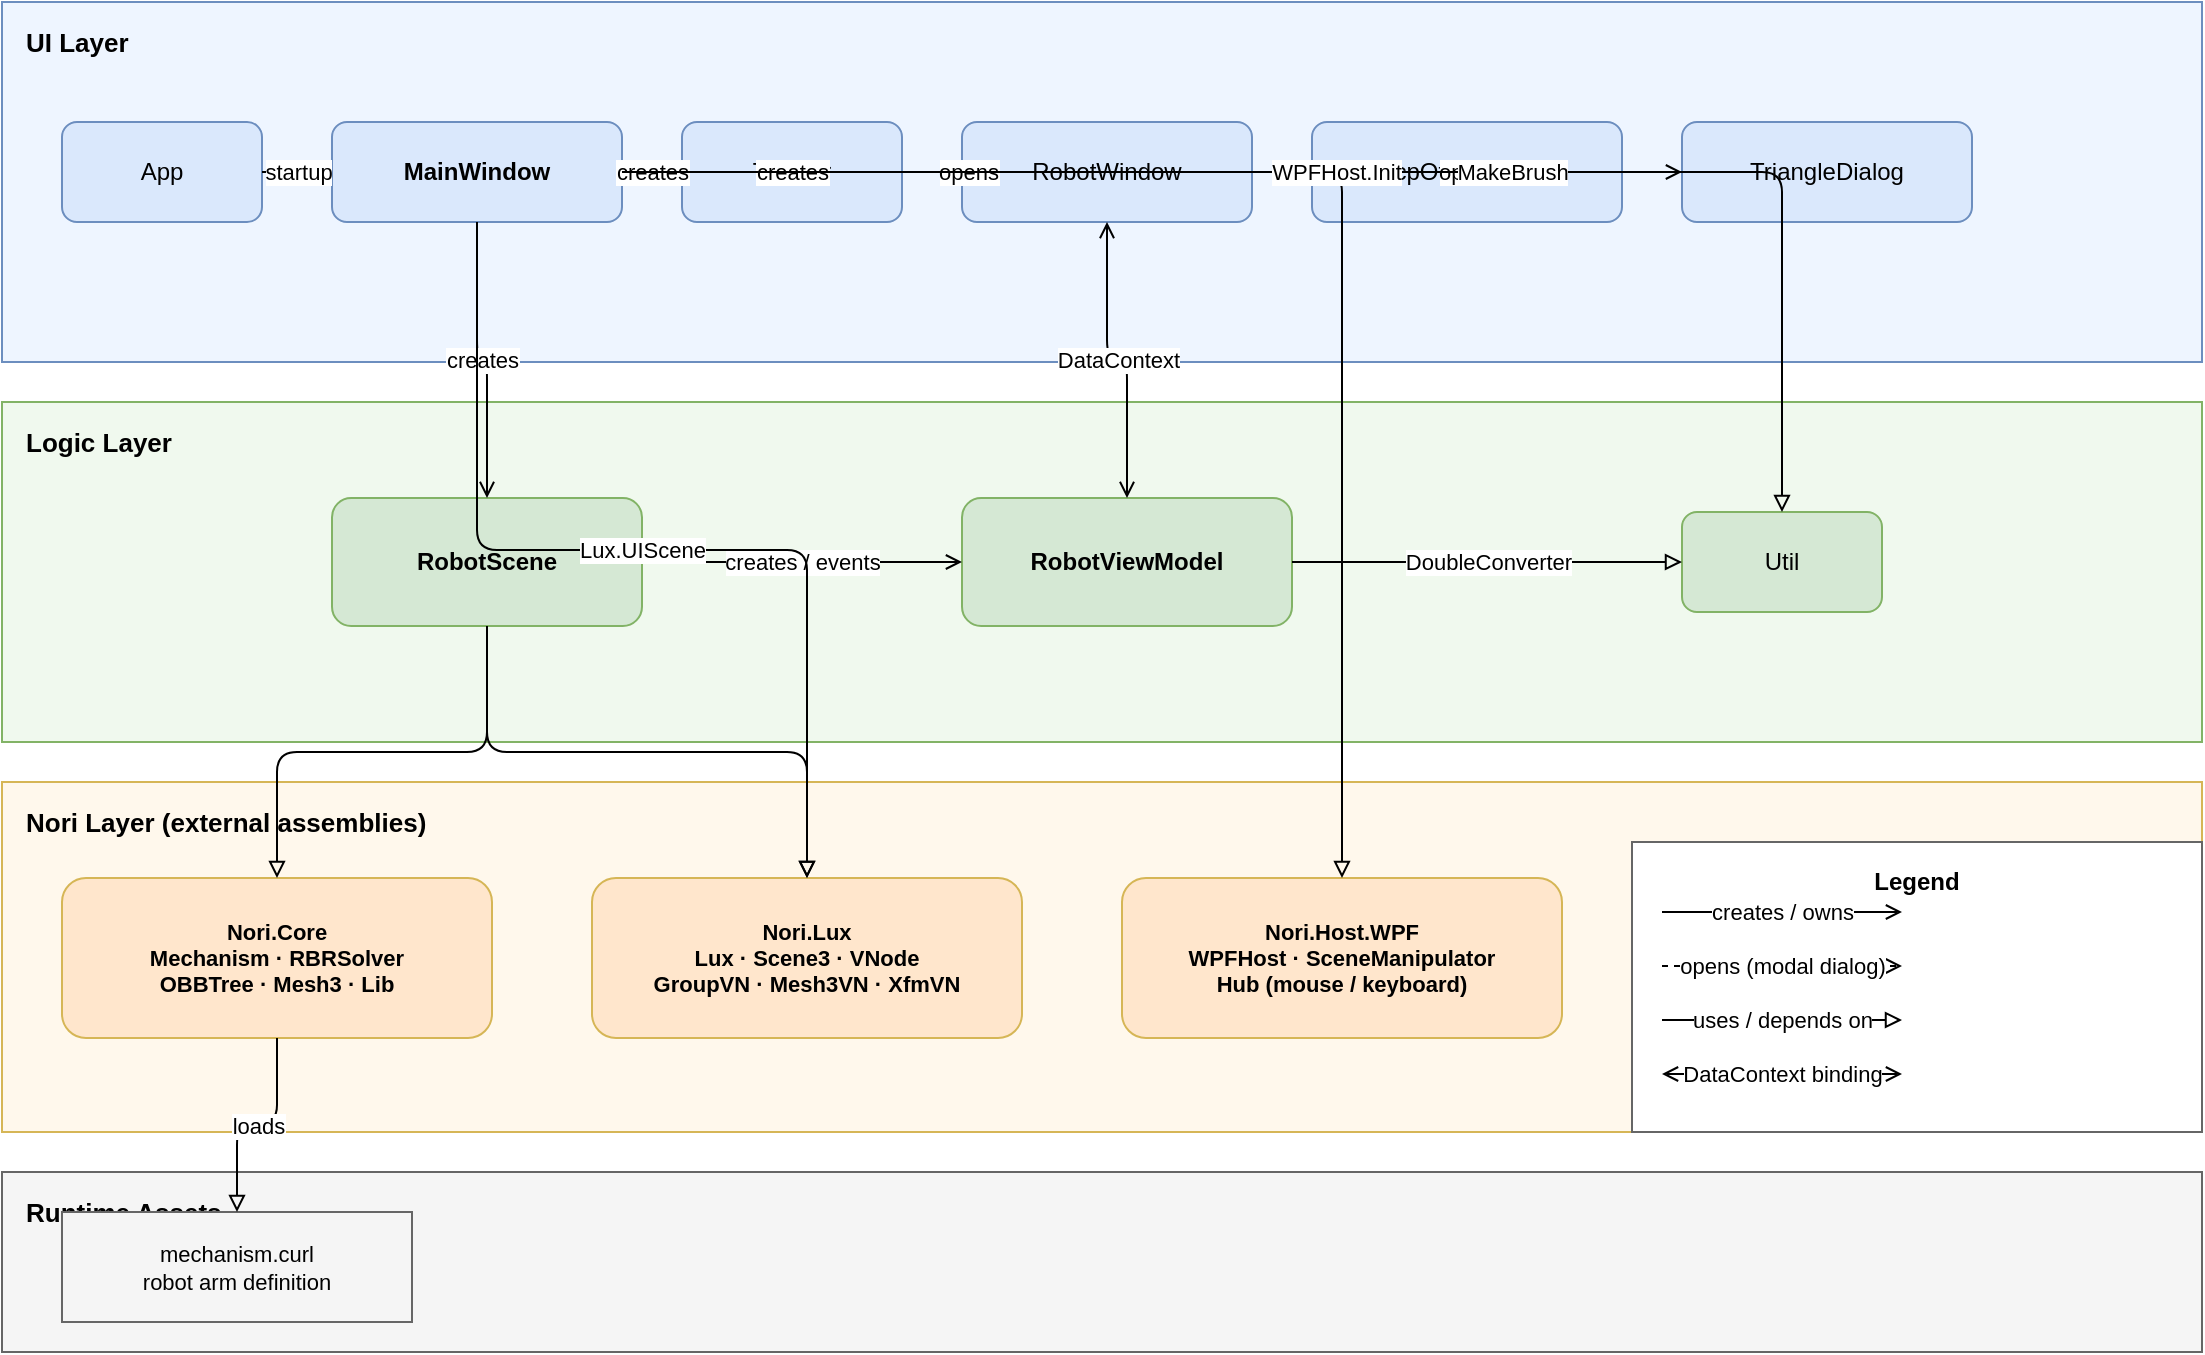
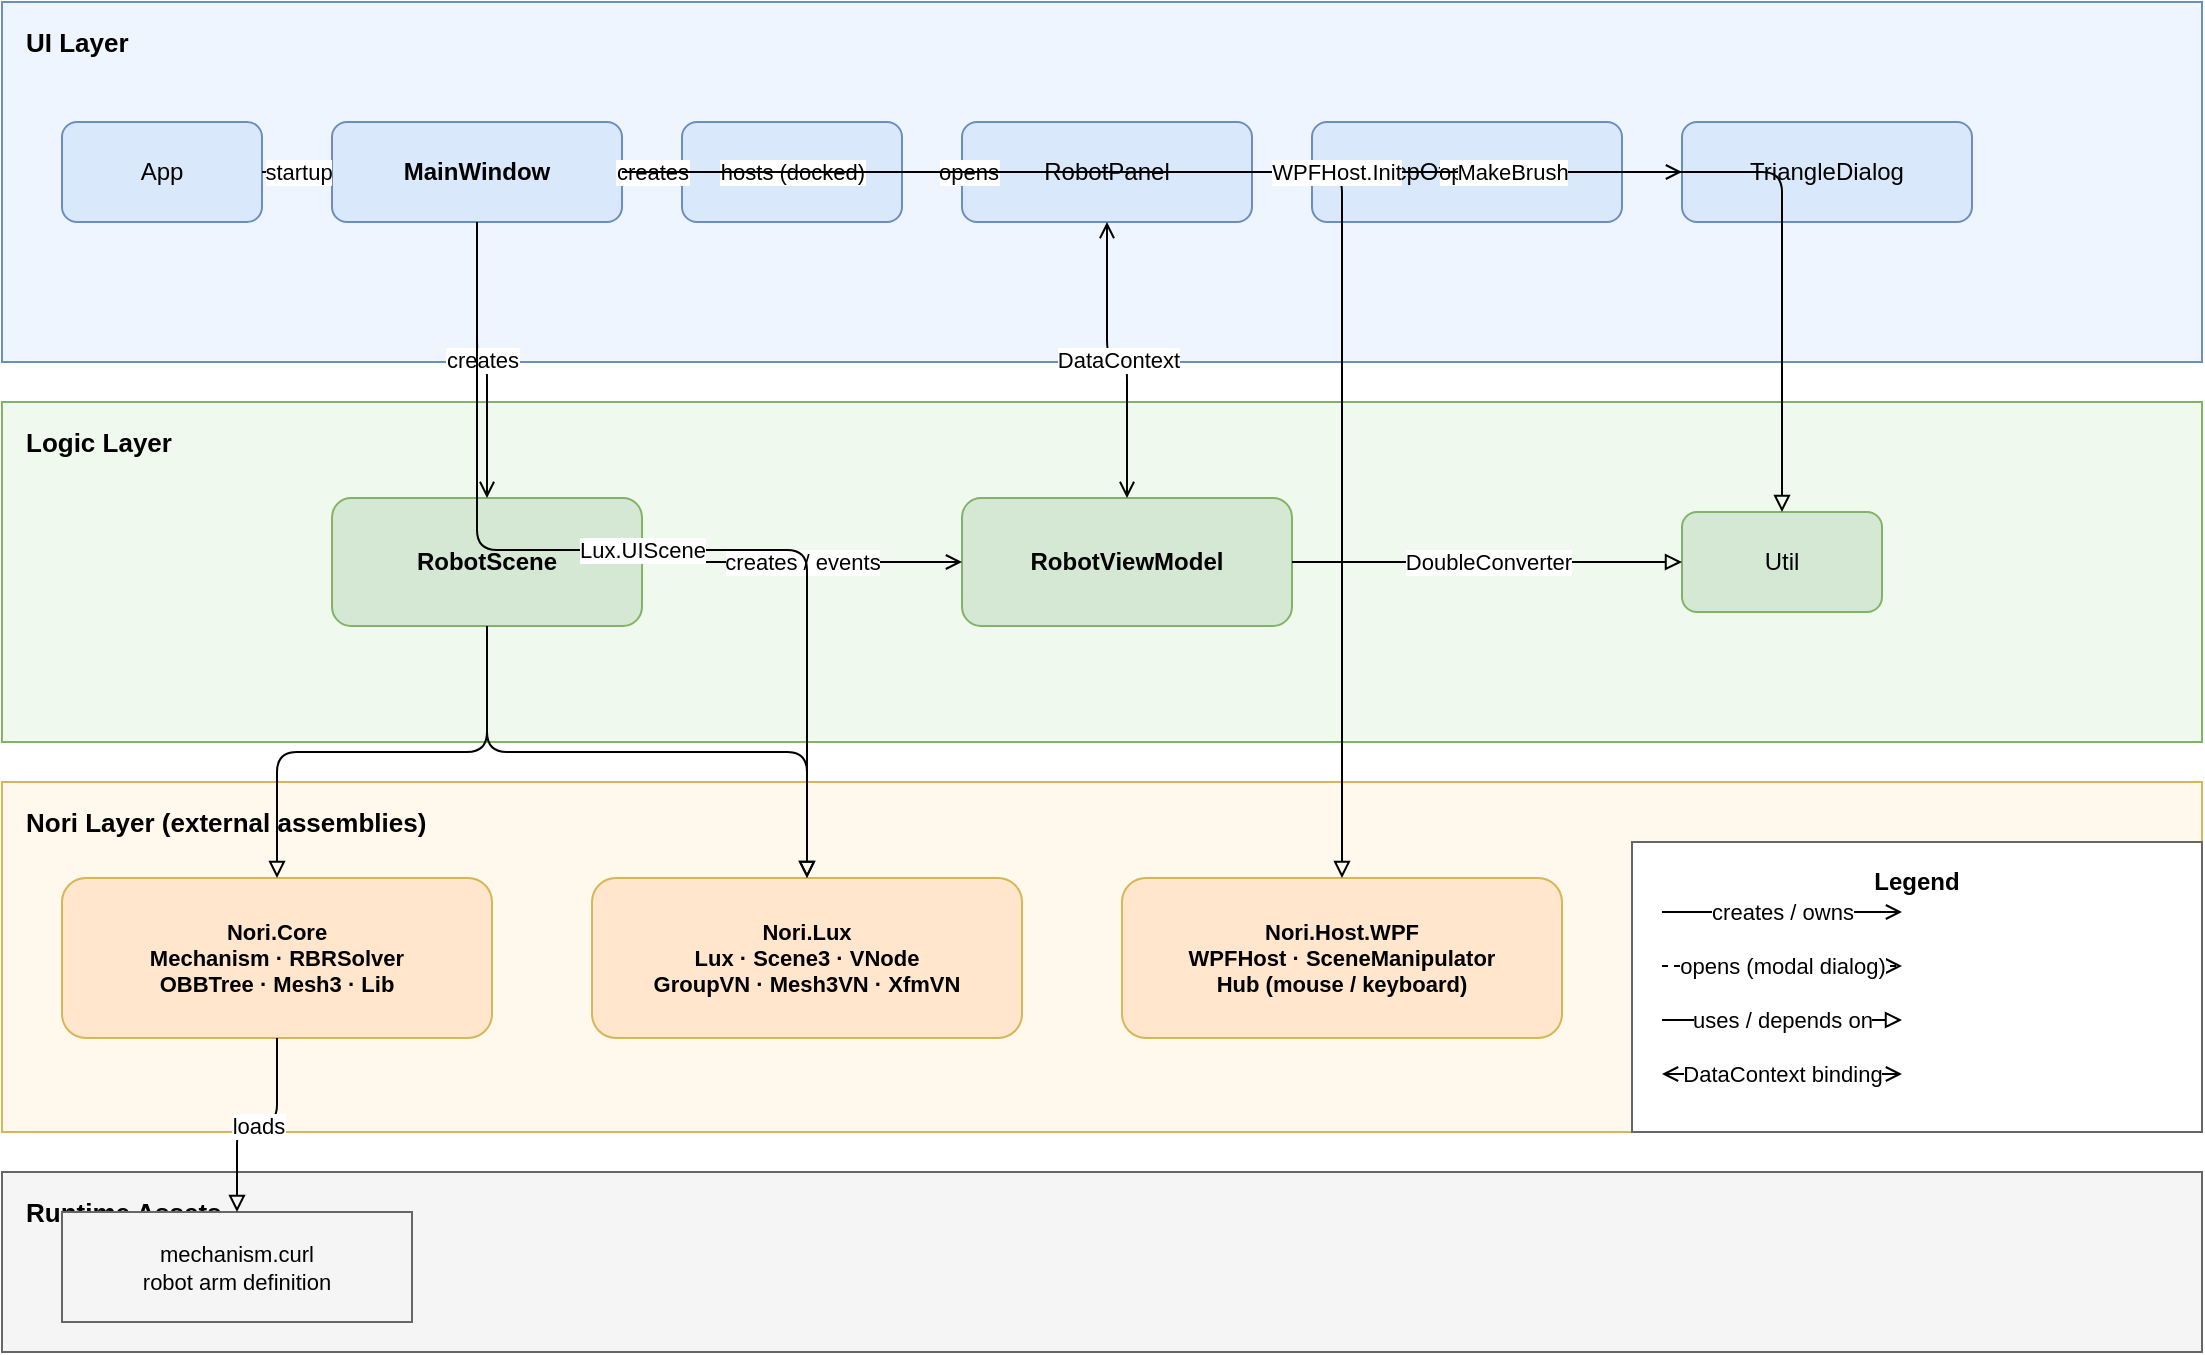
<mxfile host="Electron" modified="2026-06-22T00:00:00.000Z" version="21.0.0">

  <diagram name="1 – Architecture" id="p1">
    <mxGraphModel grid="1" gridSize="10" pageWidth="1169" pageHeight="827">
      <root>
        <mxCell id="0"/><mxCell id="1" parent="0"/>

        <!-- Layer backgrounds -->
        <mxCell id="2" value="UI Layer" style="rounded=0;whiteSpace=wrap;html=1;fillColor=#EEF5FF;strokeColor=#6c8ebf;fontSize=13;fontStyle=1;verticalAlign=top;align=left;spacingLeft=10;spacingTop=6;" vertex="1" parent="1"><mxGeometry x="20" y="20" width="1100" height="180" as="geometry"/></mxCell>
        <mxCell id="3" value="Logic Layer" style="rounded=0;whiteSpace=wrap;html=1;fillColor=#F0F9EE;strokeColor=#82b366;fontSize=13;fontStyle=1;verticalAlign=top;align=left;spacingLeft=10;spacingTop=6;" vertex="1" parent="1"><mxGeometry x="20" y="220" width="1100" height="170" as="geometry"/></mxCell>
        <mxCell id="4" value="Nori Layer  (external assemblies)" style="rounded=0;whiteSpace=wrap;html=1;fillColor=#FFF8EC;strokeColor=#d6b656;fontSize=13;fontStyle=1;verticalAlign=top;align=left;spacingLeft=10;spacingTop=6;" vertex="1" parent="1"><mxGeometry x="20" y="410" width="1100" height="175" as="geometry"/></mxCell>
        <mxCell id="5" value="Runtime Assets" style="rounded=0;whiteSpace=wrap;html=1;fillColor=#F5F5F5;strokeColor=#666666;fontSize=13;fontStyle=1;verticalAlign=top;align=left;spacingLeft=10;spacingTop=6;" vertex="1" parent="1"><mxGeometry x="20" y="605" width="1100" height="90" as="geometry"/></mxCell>

        <!-- UI boxes -->
        <mxCell id="10" value="App" style="rounded=1;whiteSpace=wrap;html=1;fillColor=#dae8fc;strokeColor=#6c8ebf;fontSize=12;" vertex="1" parent="1"><mxGeometry x="50" y="80" width="100" height="50" as="geometry"/></mxCell>
        <mxCell id="11" value="MainWindow" style="rounded=1;whiteSpace=wrap;html=1;fillColor=#dae8fc;strokeColor=#6c8ebf;fontSize=12;fontStyle=1;" vertex="1" parent="1"><mxGeometry x="185" y="80" width="145" height="50" as="geometry"/></mxCell>
        <mxCell id="12" value="Toolbar" style="rounded=1;whiteSpace=wrap;html=1;fillColor=#dae8fc;strokeColor=#6c8ebf;fontSize=12;" vertex="1" parent="1"><mxGeometry x="360" y="80" width="110" height="50" as="geometry"/></mxCell>
-         <mxCell id="13" value="RobotWindow" style="rounded=1;whiteSpace=wrap;html=1;fillColor=#dae8fc;strokeColor=#6c8ebf;fontSize=12;" vertex="1" parent="1"><mxGeometry x="500" y="80" width="145" height="50" as="geometry"/></mxCell>
+         <mxCell id="13" value="RobotPanel" style="rounded=1;whiteSpace=wrap;html=1;fillColor=#dae8fc;strokeColor=#6c8ebf;fontSize=12;" vertex="1" parent="1"><mxGeometry x="500" y="80" width="145" height="50" as="geometry"/></mxCell>
        <mxCell id="14" value="TcpOffsetDialog" style="rounded=1;whiteSpace=wrap;html=1;fillColor=#dae8fc;strokeColor=#6c8ebf;fontSize=12;" vertex="1" parent="1"><mxGeometry x="675" y="80" width="155" height="50" as="geometry"/></mxCell>
        <mxCell id="15" value="TriangleDialog" style="rounded=1;whiteSpace=wrap;html=1;fillColor=#dae8fc;strokeColor=#6c8ebf;fontSize=12;" vertex="1" parent="1"><mxGeometry x="860" y="80" width="145" height="50" as="geometry"/></mxCell>

        <!-- Logic boxes -->
        <mxCell id="20" value="RobotScene" style="rounded=1;whiteSpace=wrap;html=1;fillColor=#d5e8d4;strokeColor=#82b366;fontSize=12;fontStyle=1;" vertex="1" parent="1"><mxGeometry x="185" y="268" width="155" height="64" as="geometry"/></mxCell>
        <mxCell id="21" value="RobotViewModel" style="rounded=1;whiteSpace=wrap;html=1;fillColor=#d5e8d4;strokeColor=#82b366;fontSize=12;fontStyle=1;" vertex="1" parent="1"><mxGeometry x="500" y="268" width="165" height="64" as="geometry"/></mxCell>
        <mxCell id="22" value="Util" style="rounded=1;whiteSpace=wrap;html=1;fillColor=#d5e8d4;strokeColor=#82b366;fontSize=12;" vertex="1" parent="1"><mxGeometry x="860" y="275" width="100" height="50" as="geometry"/></mxCell>

        <!-- Nori boxes -->
        <mxCell id="30" value="Nori.Core&#xa;Mechanism · RBRSolver&#xa;OBBTree · Mesh3 · Lib" style="rounded=1;whiteSpace=wrap;html=0;fillColor=#ffe6cc;strokeColor=#d6b656;fontSize=11;fontStyle=1;" vertex="1" parent="1"><mxGeometry x="50" y="458" width="215" height="80" as="geometry"/></mxCell>
        <mxCell id="31" value="Nori.Lux&#xa;Lux · Scene3 · VNode&#xa;GroupVN · Mesh3VN · XfmVN" style="rounded=1;whiteSpace=wrap;html=0;fillColor=#ffe6cc;strokeColor=#d6b656;fontSize=11;fontStyle=1;" vertex="1" parent="1"><mxGeometry x="315" y="458" width="215" height="80" as="geometry"/></mxCell>
        <mxCell id="32" value="Nori.Host.WPF&#xa;WPFHost · SceneManipulator&#xa;Hub (mouse / keyboard)" style="rounded=1;whiteSpace=wrap;html=0;fillColor=#ffe6cc;strokeColor=#d6b656;fontSize=11;fontStyle=1;" vertex="1" parent="1"><mxGeometry x="580" y="458" width="220" height="80" as="geometry"/></mxCell>

        <!-- Asset -->
        <mxCell id="40" value="mechanism.curl&#xa;robot arm definition" style="rounded=0;whiteSpace=wrap;html=0;fillColor=#f5f5f5;strokeColor=#666666;fontSize=11;" vertex="1" parent="1"><mxGeometry x="50" y="625" width="175" height="55" as="geometry"/></mxCell>

        <!-- Legend box -->
        <mxCell id="50" value="Legend" style="rounded=0;whiteSpace=wrap;html=1;fillColor=#ffffff;strokeColor=#666666;fontSize=12;fontStyle=1;verticalAlign=top;spacingTop=6;" vertex="1" parent="1"><mxGeometry x="835" y="440" width="285" height="145" as="geometry"/></mxCell>
        <mxCell id="51" value="creates / owns" style="endArrow=open;endFill=0;html=1;fontSize=11;" edge="1" parent="1"><mxGeometry relative="1" as="geometry"><mxPoint x="850" y="475" as="sourcePoint"/><mxPoint x="970" y="475" as="targetPoint"/></mxGeometry></mxCell>
        <mxCell id="52" value="opens (modal dialog)" style="endArrow=open;endFill=0;dashed=1;html=1;fontSize=11;" edge="1" parent="1"><mxGeometry relative="1" as="geometry"><mxPoint x="850" y="502" as="sourcePoint"/><mxPoint x="970" y="502" as="targetPoint"/></mxGeometry></mxCell>
        <mxCell id="53" value="uses / depends on" style="endArrow=block;endFill=0;html=1;fontSize=11;" edge="1" parent="1"><mxGeometry relative="1" as="geometry"><mxPoint x="850" y="529" as="sourcePoint"/><mxPoint x="970" y="529" as="targetPoint"/></mxGeometry></mxCell>
        <mxCell id="54" value="DataContext binding" style="endArrow=open;startArrow=open;startFill=0;endFill=0;html=1;fontSize=11;" edge="1" parent="1"><mxGeometry relative="1" as="geometry"><mxPoint x="850" y="556" as="sourcePoint"/><mxPoint x="970" y="556" as="targetPoint"/></mxGeometry></mxCell>

        <!-- Arrows -->
        <mxCell id="60" value="startup" style="edgeStyle=orthogonalEdgeStyle;html=1;endArrow=open;endFill=0;fontSize=11;" edge="1" source="10" target="11" parent="1"><mxGeometry relative="1" as="geometry"/></mxCell>
        <mxCell id="61" value="creates" style="edgeStyle=orthogonalEdgeStyle;html=1;endArrow=open;endFill=0;fontSize=11;" edge="1" source="11" target="12" parent="1"><mxGeometry relative="1" as="geometry"/></mxCell>
-         <mxCell id="62" value="creates" style="edgeStyle=orthogonalEdgeStyle;html=1;endArrow=open;endFill=0;fontSize=11;" edge="1" source="11" target="13" parent="1"><mxGeometry relative="1" as="geometry"/></mxCell>
+         <mxCell id="62" value="hosts (docked)" style="edgeStyle=orthogonalEdgeStyle;html=1;endArrow=open;endFill=0;fontSize=11;" edge="1" source="11" target="13" parent="1"><mxGeometry relative="1" as="geometry"/></mxCell>
        <mxCell id="63" value="opens" style="edgeStyle=orthogonalEdgeStyle;html=1;endArrow=open;endFill=0;dashed=1;fontSize=11;" edge="1" source="11" target="14" parent="1"><mxGeometry relative="1" as="geometry"/></mxCell>
        <mxCell id="64" value="opens" style="edgeStyle=orthogonalEdgeStyle;html=1;endArrow=open;endFill=0;dashed=1;fontSize=11;" edge="1" source="13" target="15" parent="1"><mxGeometry relative="1" as="geometry"/></mxCell>
        <mxCell id="65" value="creates" style="edgeStyle=orthogonalEdgeStyle;html=1;endArrow=open;endFill=0;fontSize=11;" edge="1" source="11" target="20" parent="1"><mxGeometry relative="1" as="geometry"/></mxCell>
        <mxCell id="66" value="creates / events" style="edgeStyle=orthogonalEdgeStyle;html=1;endArrow=open;endFill=0;fontSize=11;" edge="1" source="20" target="21" parent="1"><mxGeometry relative="1" as="geometry"/></mxCell>
        <mxCell id="67" value="DataContext" style="edgeStyle=orthogonalEdgeStyle;html=1;endArrow=open;startArrow=open;startFill=0;endFill=0;fontSize=11;" edge="1" source="13" target="21" parent="1"><mxGeometry relative="1" as="geometry"/></mxCell>
        <mxCell id="68" value="MakeBrush" style="edgeStyle=orthogonalEdgeStyle;html=1;endArrow=block;endFill=0;fontSize=11;" edge="1" source="12" target="22" parent="1"><mxGeometry relative="1" as="geometry"/></mxCell>
        <mxCell id="69" value="DoubleConverter" style="edgeStyle=orthogonalEdgeStyle;html=1;endArrow=block;endFill=0;fontSize=11;" edge="1" source="21" target="22" parent="1"><mxGeometry relative="1" as="geometry"/></mxCell>
        <mxCell id="70" value="" style="edgeStyle=orthogonalEdgeStyle;html=1;endArrow=block;endFill=0;" edge="1" source="20" target="30" parent="1"><mxGeometry relative="1" as="geometry"/></mxCell>
        <mxCell id="71" value="" style="edgeStyle=orthogonalEdgeStyle;html=1;endArrow=block;endFill=0;" edge="1" source="20" target="31" parent="1"><mxGeometry relative="1" as="geometry"/></mxCell>
        <mxCell id="72" value="WPFHost.Init" style="edgeStyle=orthogonalEdgeStyle;html=1;endArrow=block;endFill=0;fontSize=11;" edge="1" source="11" target="32" parent="1"><mxGeometry relative="1" as="geometry"/></mxCell>
        <mxCell id="73" value="Lux.UIScene" style="edgeStyle=orthogonalEdgeStyle;html=1;endArrow=block;endFill=0;fontSize=11;" edge="1" source="11" target="31" parent="1"><mxGeometry relative="1" as="geometry"/></mxCell>
        <mxCell id="74" value="loads" style="edgeStyle=orthogonalEdgeStyle;html=1;endArrow=block;endFill=0;fontSize=11;" edge="1" source="30" target="40" parent="1"><mxGeometry relative="1" as="geometry"/></mxCell>
      </root>
    </mxGraphModel>
  </diagram>

  <diagram name="2 – Startup Sequence" id="p2">
    <mxGraphModel grid="0" pageWidth="1050" pageHeight="820">
      <root>
        <mxCell id="0"/><mxCell id="1" parent="0"/>
        <mxCell id="2" value="Robot Startup Sequence" style="text;html=1;strokeColor=none;fillColor=none;align=left;fontSize=16;fontStyle=1;" vertex="1" parent="1"><mxGeometry x="20" y="5" width="400" height="25" as="geometry"/></mxCell>

        <!-- Participants  cx: 110 300 490 680 870 -->
        <mxCell id="10" value="MainWindow" style="rounded=1;whiteSpace=wrap;html=1;fillColor=#dae8fc;strokeColor=#6c8ebf;fontSize=12;fontStyle=1;" vertex="1" parent="1"><mxGeometry x="35" y="35" width="150" height="50" as="geometry"/></mxCell>
        <mxCell id="11" value="RobotScene" style="rounded=1;whiteSpace=wrap;html=1;fillColor=#d5e8d4;strokeColor=#82b366;fontSize=12;fontStyle=1;" vertex="1" parent="1"><mxGeometry x="225" y="35" width="150" height="50" as="geometry"/></mxCell>
        <mxCell id="12" value="RobotViewModel" style="rounded=1;whiteSpace=wrap;html=1;fillColor=#d5e8d4;strokeColor=#82b366;fontSize=12;fontStyle=1;" vertex="1" parent="1"><mxGeometry x="415" y="35" width="150" height="50" as="geometry"/></mxCell>
-         <mxCell id="13" value="RobotWindow" style="rounded=1;whiteSpace=wrap;html=1;fillColor=#dae8fc;strokeColor=#6c8ebf;fontSize=12;fontStyle=1;" vertex="1" parent="1"><mxGeometry x="605" y="35" width="150" height="50" as="geometry"/></mxCell>
+         <mxCell id="13" value="RobotPanel (docked)" style="rounded=1;whiteSpace=wrap;html=1;fillColor=#dae8fc;strokeColor=#6c8ebf;fontSize=12;fontStyle=1;" vertex="1" parent="1"><mxGeometry x="605" y="35" width="150" height="50" as="geometry"/></mxCell>
        <mxCell id="14" value="Toolbar" style="rounded=1;whiteSpace=wrap;html=1;fillColor=#dae8fc;strokeColor=#6c8ebf;fontSize=12;fontStyle=1;" vertex="1" parent="1"><mxGeometry x="795" y="35" width="150" height="50" as="geometry"/></mxCell>

        <!-- Lifelines -->
        <mxCell id="20" value="" style="endArrow=none;dashed=1;html=1;strokeColor=#aaaaaa;" edge="1" parent="1"><mxGeometry relative="1" as="geometry"><mxPoint x="110" y="90" as="sourcePoint"/><mxPoint x="110" y="770" as="targetPoint"/></mxGeometry></mxCell>
        <mxCell id="21" value="" style="endArrow=none;dashed=1;html=1;strokeColor=#aaaaaa;" edge="1" parent="1"><mxGeometry relative="1" as="geometry"><mxPoint x="300" y="90" as="sourcePoint"/><mxPoint x="300" y="770" as="targetPoint"/></mxGeometry></mxCell>
        <mxCell id="22" value="" style="endArrow=none;dashed=1;html=1;strokeColor=#aaaaaa;" edge="1" parent="1"><mxGeometry relative="1" as="geometry"><mxPoint x="490" y="90" as="sourcePoint"/><mxPoint x="490" y="770" as="targetPoint"/></mxGeometry></mxCell>
        <mxCell id="23" value="" style="endArrow=none;dashed=1;html=1;strokeColor=#aaaaaa;" edge="1" parent="1"><mxGeometry relative="1" as="geometry"><mxPoint x="680" y="90" as="sourcePoint"/><mxPoint x="680" y="770" as="targetPoint"/></mxGeometry></mxCell>
        <mxCell id="24" value="" style="endArrow=none;dashed=1;html=1;strokeColor=#aaaaaa;" edge="1" parent="1"><mxGeometry relative="1" as="geometry"><mxPoint x="870" y="90" as="sourcePoint"/><mxPoint x="870" y="770" as="targetPoint"/></mxGeometry></mxCell>

        <!-- Step 1: WPFHost.Init (self-note) -->
        <mxCell id="30" value="1. WPFHost.Init(this, OnLuxReady)  →  GL ready  →  fires OnLuxReady()" style="rounded=1;fillColor=#fff2cc;strokeColor=#d6b656;html=1;fontSize=11;align=left;spacingLeft=6;" vertex="1" parent="1"><mxGeometry x="125" y="110" width="360" height="26" as="geometry"/></mxCell>
        <mxCell id="31" value="" style="endArrow=open;endFill=0;html=1;strokeColor=#d6b656;" edge="1" parent="1"><mxGeometry relative="1" as="geometry"><mxPoint x="110" y="123" as="sourcePoint"/><mxPoint x="125" y="123" as="targetPoint"/></mxGeometry></mxCell>

-         <!-- Step 2: AddButton ⊕ -->
-         <mxCell id="32" value="2. AddButton(&quot;⊕&quot;, OpenRobot)" style="html=1;endArrow=block;endFill=1;strokeColor=#333333;fontSize=11;" edge="1" parent="1"><mxGeometry relative="1" as="geometry"><mxPoint x="110" y="162" as="sourcePoint"/><mxPoint x="870" y="162" as="targetPoint"/></mxGeometry></mxCell>
+         <!-- Step 2: SceneManipulator -->
+         <mxCell id="32" value="2. new SceneManipulator()  (mouse pan / orbit / zoom)" style="html=1;endArrow=block;endFill=1;strokeColor=#333333;fontSize=11;" edge="1" parent="1"><mxGeometry relative="1" as="geometry"><mxPoint x="110" y="162" as="sourcePoint"/><mxPoint x="870" y="162" as="targetPoint"/></mxGeometry></mxCell>

        <!-- Step 3: new RobotScene() -->
        <mxCell id="33" value="3. new RobotScene()" style="html=1;endArrow=block;endFill=1;strokeColor=#333333;fontSize=11;" edge="1" parent="1"><mxGeometry relative="1" as="geometry"><mxPoint x="110" y="210" as="sourcePoint"/><mxPoint x="300" y="210" as="targetPoint"/></mxGeometry></mxCell>

        <!-- Step 4: new RobotViewModel() -->
        <mxCell id="34" value="4. new RobotViewModel()" style="html=1;endArrow=block;endFill=1;strokeColor=#333333;fontSize=11;" edge="1" parent="1"><mxGeometry relative="1" as="geometry"><mxPoint x="300" y="258" as="sourcePoint"/><mxPoint x="490" y="258" as="targetPoint"/></mxGeometry></mxCell>

        <!-- Step 5: Mechanism.Load, build OBBs (self-note on RobotScene) -->
        <mxCell id="35" value="5. Mechanism.Load(), build OBBs, wire ViewModel events" style="rounded=1;fillColor=#fff2cc;strokeColor=#d6b656;html=1;fontSize=11;align=left;spacingLeft=6;" vertex="1" parent="1"><mxGeometry x="315" y="295" width="300" height="26" as="geometry"/></mxCell>
        <mxCell id="36" value="" style="endArrow=open;endFill=0;html=1;strokeColor=#d6b656;" edge="1" parent="1"><mxGeometry relative="1" as="geometry"><mxPoint x="300" y="308" as="sourcePoint"/><mxPoint x="315" y="308" as="targetPoint"/></mxGeometry></mxCell>

        <!-- Step 6: SetIKPose(home) -->
-         <mxCell id="37" value="6. SetIKPose(home)  →  ComputeIK()  →  arm posed" style="html=1;endArrow=block;endFill=1;strokeColor=#333333;fontSize=11;" edge="1" parent="1"><mxGeometry relative="1" as="geometry"><mxPoint x="300" y="343" as="sourcePoint"/><mxPoint x="490" y="343" as="targetPoint"/></mxGeometry></mxCell>
+         <mxCell id="37" value="6. GoHome()  →  ComputeIK()  →  arm posed" style="html=1;endArrow=block;endFill=1;strokeColor=#333333;fontSize=11;" edge="1" parent="1"><mxGeometry relative="1" as="geometry"><mxPoint x="300" y="343" as="sourcePoint"/><mxPoint x="490" y="343" as="targetPoint"/></mxGeometry></mxCell>
        <mxCell id="38" value="arm at home pose" style="html=1;endArrow=open;endFill=0;dashed=1;strokeColor=#555555;fontSize=11;" edge="1" parent="1"><mxGeometry relative="1" as="geometry"><mxPoint x="490" y="363" as="sourcePoint"/><mxPoint x="300" y="363" as="targetPoint"/></mxGeometry></mxCell>

        <!-- Step 7: Lux.UIScene (self-note MainWindow) -->
        <mxCell id="39" value="7. Lux.UIScene = mRobotScene  (scene goes live)" style="rounded=1;fillColor=#fff2cc;strokeColor=#d6b656;html=1;fontSize=11;align=left;spacingLeft=6;" vertex="1" parent="1"><mxGeometry x="125" y="395" width="300" height="26" as="geometry"/></mxCell>
        <mxCell id="40" value="" style="endArrow=open;endFill=0;html=1;strokeColor=#d6b656;" edge="1" parent="1"><mxGeometry relative="1" as="geometry"><mxPoint x="110" y="408" as="sourcePoint"/><mxPoint x="125" y="408" as="targetPoint"/></mxGeometry></mxCell>

-         <!-- Step 8: new RobotWindow + Show -->
-         <mxCell id="41" value="8. new RobotWindow() + Show()" style="html=1;endArrow=block;endFill=1;strokeColor=#333333;fontSize=11;" edge="1" parent="1"><mxGeometry relative="1" as="geometry"><mxPoint x="110" y="445" as="sourcePoint"/><mxPoint x="680" y="445" as="targetPoint"/></mxGeometry></mxCell>
+         <!-- Step 8: panel already docked in MainWindow XAML -->
+         <mxCell id="41" value="8. RobotPanel already docked in MainWindow (no window created)" style="html=1;endArrow=block;endFill=1;strokeColor=#333333;fontSize=11;" edge="1" parent="1"><mxGeometry relative="1" as="geometry"><mxPoint x="110" y="445" as="sourcePoint"/><mxPoint x="680" y="445" as="targetPoint"/></mxGeometry></mxCell>

        <!-- Step 9: SetScene → DataContext -->
        <mxCell id="42" value="9. SetScene(mRobotScene)  →  DataContext = ViewModel" style="html=1;endArrow=block;endFill=1;strokeColor=#333333;fontSize=11;" edge="1" parent="1"><mxGeometry relative="1" as="geometry"><mxPoint x="110" y="493" as="sourcePoint"/><mxPoint x="680" y="493" as="targetPoint"/></mxGeometry></mxCell>
        <mxCell id="43" value="WPF bindings active" style="html=1;endArrow=open;endFill=0;dashed=1;strokeColor=#555555;fontSize=11;" edge="1" parent="1"><mxGeometry relative="1" as="geometry"><mxPoint x="680" y="513" as="sourcePoint"/><mxPoint x="110" y="513" as="targetPoint"/></mxGeometry></mxCell>

        <!-- Step 10: AddButton ⚙ -->
        <mxCell id="44" value="10. AddButton(&quot;⚙&quot;, ShowTcpOffsetDlg)" style="html=1;endArrow=block;endFill=1;strokeColor=#333333;fontSize=11;" edge="1" parent="1"><mxGeometry relative="1" as="geometry"><mxPoint x="110" y="558" as="sourcePoint"/><mxPoint x="870" y="558" as="targetPoint"/></mxGeometry></mxCell>

-         <mxCell id="45" value="Arm is rendered. Sidebar is visible. All sliders are live." style="rounded=1;fillColor=#d5e8d4;strokeColor=#82b366;html=1;fontSize=11;fontStyle=2;" vertex="1" parent="1"><mxGeometry x="35" y="600" width="470" height="26" as="geometry"/></mxCell>
+         <mxCell id="45" value="Arm is rendered. Docked panel is visible. All sliders are live." style="rounded=1;fillColor=#d5e8d4;strokeColor=#82b366;html=1;fontSize=11;fontStyle=2;" vertex="1" parent="1"><mxGeometry x="35" y="600" width="470" height="26" as="geometry"/></mxCell>
      </root>
    </mxGraphModel>
  </diagram>

  <diagram name="3 – FK Slider" id="p3">
    <mxGraphModel grid="0" pageWidth="960" pageHeight="680">
      <root>
        <mxCell id="0"/><mxCell id="1" parent="0"/>
        <mxCell id="2" value="Forward Kinematics — Slider Drag Sequence" style="text;html=1;strokeColor=none;fillColor=none;align=left;fontSize=16;fontStyle=1;" vertex="1" parent="1"><mxGeometry x="20" y="5" width="500" height="25" as="geometry"/></mxCell>

        <!-- Participants  cx: 90 260 440 620 800 -->
        <mxCell id="10" value="User" style="rounded=1;whiteSpace=wrap;html=1;fillColor=#f5f5f5;strokeColor=#666666;fontSize=12;" vertex="1" parent="1"><mxGeometry x="15" y="35" width="150" height="50" as="geometry"/></mxCell>
        <mxCell id="11" value="JointSliderModel" style="rounded=1;whiteSpace=wrap;html=1;fillColor=#dae8fc;strokeColor=#6c8ebf;fontSize=12;fontStyle=1;" vertex="1" parent="1"><mxGeometry x="185" y="35" width="150" height="50" as="geometry"/></mxCell>
        <mxCell id="12" value="Mechanism (Nori)" style="rounded=1;whiteSpace=wrap;html=1;fillColor=#ffe6cc;strokeColor=#d6b656;fontSize=12;fontStyle=1;" vertex="1" parent="1"><mxGeometry x="365" y="35" width="150" height="50" as="geometry"/></mxCell>
        <mxCell id="13" value="RobotScene" style="rounded=1;whiteSpace=wrap;html=1;fillColor=#d5e8d4;strokeColor=#82b366;fontSize=12;fontStyle=1;" vertex="1" parent="1"><mxGeometry x="545" y="35" width="150" height="50" as="geometry"/></mxCell>
        <mxCell id="14" value="RobotViewModel" style="rounded=1;whiteSpace=wrap;html=1;fillColor=#d5e8d4;strokeColor=#82b366;fontSize=12;fontStyle=1;" vertex="1" parent="1"><mxGeometry x="725" y="35" width="150" height="50" as="geometry"/></mxCell>

        <!-- Lifelines -->
        <mxCell id="20" value="" style="endArrow=none;dashed=1;html=1;strokeColor=#aaaaaa;" edge="1" parent="1"><mxGeometry relative="1" as="geometry"><mxPoint x="90" y="90" as="sourcePoint"/><mxPoint x="90" y="660" as="targetPoint"/></mxGeometry></mxCell>
        <mxCell id="21" value="" style="endArrow=none;dashed=1;html=1;strokeColor=#aaaaaa;" edge="1" parent="1"><mxGeometry relative="1" as="geometry"><mxPoint x="260" y="90" as="sourcePoint"/><mxPoint x="260" y="660" as="targetPoint"/></mxGeometry></mxCell>
        <mxCell id="22" value="" style="endArrow=none;dashed=1;html=1;strokeColor=#aaaaaa;" edge="1" parent="1"><mxGeometry relative="1" as="geometry"><mxPoint x="440" y="90" as="sourcePoint"/><mxPoint x="440" y="660" as="targetPoint"/></mxGeometry></mxCell>
        <mxCell id="23" value="" style="endArrow=none;dashed=1;html=1;strokeColor=#aaaaaa;" edge="1" parent="1"><mxGeometry relative="1" as="geometry"><mxPoint x="620" y="90" as="sourcePoint"/><mxPoint x="620" y="660" as="targetPoint"/></mxGeometry></mxCell>
        <mxCell id="24" value="" style="endArrow=none;dashed=1;html=1;strokeColor=#aaaaaa;" edge="1" parent="1"><mxGeometry relative="1" as="geometry"><mxPoint x="800" y="90" as="sourcePoint"/><mxPoint x="800" y="660" as="targetPoint"/></mxGeometry></mxCell>

        <!-- Messages -->
        <mxCell id="30" value="1. drag slider  (XAML Value two-way binding)" style="html=1;endArrow=block;endFill=1;strokeColor=#333333;fontSize=11;" edge="1" parent="1"><mxGeometry relative="1" as="geometry"><mxPoint x="90" y="130" as="sourcePoint"/><mxPoint x="260" y="130" as="targetPoint"/></mxGeometry></mxCell>
        <mxCell id="31" value="2. mMech.JValue = value  (FK updates in Nori)" style="html=1;endArrow=block;endFill=1;strokeColor=#333333;fontSize=11;" edge="1" parent="1"><mxGeometry relative="1" as="geometry"><mxPoint x="260" y="175" as="sourcePoint"/><mxPoint x="440" y="175" as="targetPoint"/></mxGeometry></mxCell>
        <mxCell id="32" value="3. mOnChanged()  →  RobotScene.OnFK()" style="html=1;endArrow=block;endFill=1;strokeColor=#333333;fontSize=11;" edge="1" parent="1"><mxGeometry relative="1" as="geometry"><mxPoint x="260" y="220" as="sourcePoint"/><mxPoint x="620" y="220" as="targetPoint"/></mxGeometry></mxCell>
        <mxCell id="33" value="4. read mTip.Xfm  (FK result after joint change)" style="html=1;endArrow=block;endFill=1;strokeColor=#333333;fontSize=11;" edge="1" parent="1"><mxGeometry relative="1" as="geometry"><mxPoint x="620" y="265" as="sourcePoint"/><mxPoint x="440" y="265" as="targetPoint"/></mxGeometry></mxCell>

        <mxCell id="34" value="5. tcp = tipOrg + VecX*off.X + VecY*off.Y + VecZ*off.Z;   (rx,ry,rz) = MatrixToEuler(tipCs)" style="rounded=1;fillColor=#fff2cc;strokeColor=#d6b656;html=1;fontSize=11;align=left;spacingLeft=6;" vertex="1" parent="1"><mxGeometry x="635" y="295" width="310" height="26" as="geometry"/></mxCell>
        <mxCell id="35" value="" style="endArrow=open;endFill=0;html=1;strokeColor=#d6b656;" edge="1" parent="1"><mxGeometry relative="1" as="geometry"><mxPoint x="620" y="308" as="sourcePoint"/><mxPoint x="635" y="308" as="targetPoint"/></mxGeometry></mxCell>

        <mxCell id="36" value="6. SetIKDisplay(tcp, rx,ry,rz)  [does NOT fire IKChanged]" style="html=1;endArrow=block;endFill=1;strokeColor=#333333;fontSize=11;" edge="1" parent="1"><mxGeometry relative="1" as="geometry"><mxPoint x="620" y="345" as="sourcePoint"/><mxPoint x="800" y="345" as="targetPoint"/></mxGeometry></mxCell>
        <mxCell id="37" value="7. foreach joint → js.Refresh()  (FK sliders update to current angles)" style="html=1;endArrow=block;endFill=1;strokeColor=#333333;fontSize=11;" edge="1" parent="1"><mxGeometry relative="1" as="geometry"><mxPoint x="620" y="393" as="sourcePoint"/><mxPoint x="260" y="393" as="targetPoint"/></mxGeometry></mxCell>

-         <mxCell id="38" value="8. CheckCollisions()  (link OBBs vs box OBB + triangle OBBs)" style="rounded=1;fillColor=#fff2cc;strokeColor=#d6b656;html=1;fontSize=11;align=left;spacingLeft=6;" vertex="1" parent="1"><mxGeometry x="635" y="423" width="310" height="26" as="geometry"/></mxCell>
+         <mxCell id="38" value="8. CheckCollisions()  (links vs box + triangles + objects; part if held)" style="rounded=1;fillColor=#fff2cc;strokeColor=#d6b656;html=1;fontSize=11;align=left;spacingLeft=6;" vertex="1" parent="1"><mxGeometry x="635" y="423" width="360" height="26" as="geometry"/></mxCell>
        <mxCell id="39" value="" style="endArrow=open;endFill=0;html=1;strokeColor=#d6b656;" edge="1" parent="1"><mxGeometry relative="1" as="geometry"><mxPoint x="620" y="436" as="sourcePoint"/><mxPoint x="635" y="436" as="targetPoint"/></mxGeometry></mxCell>
        <mxCell id="40" value="9. link.IsColliding / mBoxVN.Color / tri.IsColliding set;  mGripper.Xfm = mTip.Xfm" style="rounded=1;fillColor=#fff2cc;strokeColor=#d6b656;html=1;fontSize=11;align=left;spacingLeft=6;" vertex="1" parent="1"><mxGeometry x="635" y="455" width="310" height="26" as="geometry"/></mxCell>

        <mxCell id="41" value="Key: SetIKDisplay() updates IK sliders WITHOUT firing IKChanged — no round-trip IK→FK→IK loop." style="rounded=1;fillColor=#f8cecc;strokeColor=#b85450;html=1;fontSize=11;fontStyle=2;" vertex="1" parent="1"><mxGeometry x="20" y="520" width="590" height="26" as="geometry"/></mxCell>
      </root>
    </mxGraphModel>
  </diagram>

  <diagram name="4 – IK Slider" id="p4">
    <mxGraphModel grid="0" pageWidth="960" pageHeight="640">
      <root>
        <mxCell id="0"/><mxCell id="1" parent="0"/>
        <mxCell id="2" value="Inverse Kinematics — Slider Drag Sequence" style="text;html=1;strokeColor=none;fillColor=none;align=left;fontSize=16;fontStyle=1;" vertex="1" parent="1"><mxGeometry x="20" y="5" width="500" height="25" as="geometry"/></mxCell>

        <!-- Participants  cx: 90 260 440 620 800 -->
        <mxCell id="10" value="User" style="rounded=1;whiteSpace=wrap;html=1;fillColor=#f5f5f5;strokeColor=#666666;fontSize=12;" vertex="1" parent="1"><mxGeometry x="15" y="35" width="150" height="50" as="geometry"/></mxCell>
        <mxCell id="11" value="RobotViewModel" style="rounded=1;whiteSpace=wrap;html=1;fillColor=#d5e8d4;strokeColor=#82b366;fontSize=12;fontStyle=1;" vertex="1" parent="1"><mxGeometry x="185" y="35" width="150" height="50" as="geometry"/></mxCell>
        <mxCell id="12" value="RobotScene" style="rounded=1;whiteSpace=wrap;html=1;fillColor=#d5e8d4;strokeColor=#82b366;fontSize=12;fontStyle=1;" vertex="1" parent="1"><mxGeometry x="365" y="35" width="150" height="50" as="geometry"/></mxCell>
        <mxCell id="13" value="RBRSolver (Nori)" style="rounded=1;whiteSpace=wrap;html=1;fillColor=#ffe6cc;strokeColor=#d6b656;fontSize=12;fontStyle=1;" vertex="1" parent="1"><mxGeometry x="545" y="35" width="150" height="50" as="geometry"/></mxCell>
        <mxCell id="14" value="JointSliderModel" style="rounded=1;whiteSpace=wrap;html=1;fillColor=#dae8fc;strokeColor=#6c8ebf;fontSize=12;fontStyle=1;" vertex="1" parent="1"><mxGeometry x="725" y="35" width="150" height="50" as="geometry"/></mxCell>

        <!-- Lifelines -->
        <mxCell id="20" value="" style="endArrow=none;dashed=1;html=1;strokeColor=#aaaaaa;" edge="1" parent="1"><mxGeometry relative="1" as="geometry"><mxPoint x="90" y="90" as="sourcePoint"/><mxPoint x="90" y="620" as="targetPoint"/></mxGeometry></mxCell>
        <mxCell id="21" value="" style="endArrow=none;dashed=1;html=1;strokeColor=#aaaaaa;" edge="1" parent="1"><mxGeometry relative="1" as="geometry"><mxPoint x="260" y="90" as="sourcePoint"/><mxPoint x="260" y="620" as="targetPoint"/></mxGeometry></mxCell>
        <mxCell id="22" value="" style="endArrow=none;dashed=1;html=1;strokeColor=#aaaaaa;" edge="1" parent="1"><mxGeometry relative="1" as="geometry"><mxPoint x="440" y="90" as="sourcePoint"/><mxPoint x="440" y="620" as="targetPoint"/></mxGeometry></mxCell>
        <mxCell id="23" value="" style="endArrow=none;dashed=1;html=1;strokeColor=#aaaaaa;" edge="1" parent="1"><mxGeometry relative="1" as="geometry"><mxPoint x="620" y="90" as="sourcePoint"/><mxPoint x="620" y="620" as="targetPoint"/></mxGeometry></mxCell>
        <mxCell id="24" value="" style="endArrow=none;dashed=1;html=1;strokeColor=#aaaaaa;" edge="1" parent="1"><mxGeometry relative="1" as="geometry"><mxPoint x="800" y="90" as="sourcePoint"/><mxPoint x="800" y="620" as="targetPoint"/></mxGeometry></mxCell>

        <!-- Messages -->
        <mxCell id="30" value="1. drag X / Y / Z / Rx / Ry / Rz slider  (or type in TextBox)" style="html=1;endArrow=block;endFill=1;strokeColor=#333333;fontSize=11;" edge="1" parent="1"><mxGeometry relative="1" as="geometry"><mxPoint x="90" y="130" as="sourcePoint"/><mxPoint x="260" y="130" as="targetPoint"/></mxGeometry></mxCell>

        <mxCell id="31" value="2. setter: mX = value;  Notify();  IKChanged?.Invoke()" style="rounded=1;fillColor=#fff2cc;strokeColor=#d6b656;html=1;fontSize=11;align=left;spacingLeft=6;" vertex="1" parent="1"><mxGeometry x="275" y="158" width="310" height="26" as="geometry"/></mxCell>
        <mxCell id="32" value="" style="endArrow=open;endFill=0;html=1;strokeColor=#d6b656;" edge="1" parent="1"><mxGeometry relative="1" as="geometry"><mxPoint x="260" y="171" as="sourcePoint"/><mxPoint x="275" y="171" as="targetPoint"/></mxGeometry></mxCell>

        <mxCell id="33" value="3. IKChanged  →  ComputeIK()" style="html=1;endArrow=block;endFill=1;strokeColor=#333333;fontSize=11;" edge="1" parent="1"><mxGeometry relative="1" as="geometry"><mxPoint x="260" y="210" as="sourcePoint"/><mxPoint x="440" y="210" as="targetPoint"/></mxGeometry></mxCell>

        <mxCell id="34" value="4. build R from Rx,Ry,Rz;   tcp = (X, Y, Z − LJointZ);   wrist = tcp − R × offset" style="rounded=1;fillColor=#fff2cc;strokeColor=#d6b656;html=1;fontSize=11;align=left;spacingLeft=6;" vertex="1" parent="1"><mxGeometry x="455" y="238" width="400" height="26" as="geometry"/></mxCell>
        <mxCell id="35" value="" style="endArrow=open;endFill=0;html=1;strokeColor=#d6b656;" edge="1" parent="1"><mxGeometry relative="1" as="geometry"><mxPoint x="440" y="251" as="sourcePoint"/><mxPoint x="455" y="251" as="targetPoint"/></mxGeometry></mxCell>

        <mxCell id="36" value="5. ComputeStances(wrist, vecZ, vecX)" style="html=1;endArrow=block;endFill=1;strokeColor=#333333;fontSize=11;" edge="1" parent="1"><mxGeometry relative="1" as="geometry"><mxPoint x="440" y="290" as="sourcePoint"/><mxPoint x="620" y="290" as="targetPoint"/></mxGeometry></mxCell>
        <mxCell id="37" value="6. Solutions[0..7]  (up to 8 analytic solutions)" style="html=1;endArrow=open;endFill=0;dashed=1;strokeColor=#555555;fontSize=11;" edge="1" parent="1"><mxGeometry relative="1" as="geometry"><mxPoint x="620" y="315" as="sourcePoint"/><mxPoint x="440" y="315" as="targetPoint"/></mxGeometry></mxCell>

-         <mxCell id="38" value="7. mJoints[i].JValue = solution[0].GetJointAngle(i)  ×6" style="html=1;endArrow=block;endFill=1;strokeColor=#333333;fontSize=11;" edge="1" parent="1"><mxGeometry relative="1" as="geometry"><mxPoint x="440" y="358" as="sourcePoint"/><mxPoint x="800" y="358" as="targetPoint"/></mxGeometry></mxCell>
+         <mxCell id="38" value="7. pick best solution (SolutionCost: limits/singularity + travel); apply ×6" style="html=1;endArrow=block;endFill=1;strokeColor=#333333;fontSize=11;" edge="1" parent="1"><mxGeometry relative="1" as="geometry"><mxPoint x="440" y="358" as="sourcePoint"/><mxPoint x="800" y="358" as="targetPoint"/></mxGeometry></mxCell>
        <mxCell id="39" value="8. js.Refresh()  (FK sliders update to solved angles)" style="html=1;endArrow=open;endFill=0;dashed=1;strokeColor=#555555;fontSize=11;" edge="1" parent="1"><mxGeometry relative="1" as="geometry"><mxPoint x="800" y="383" as="sourcePoint"/><mxPoint x="440" y="383" as="targetPoint"/></mxGeometry></mxCell>

        <mxCell id="40" value="9. CheckCollisions();   mGripper.Xfm = mTip.Xfm" style="rounded=1;fillColor=#fff2cc;strokeColor=#d6b656;html=1;fontSize=11;align=left;spacingLeft=6;" vertex="1" parent="1"><mxGeometry x="455" y="413" width="310" height="26" as="geometry"/></mxCell>
        <mxCell id="41" value="" style="endArrow=open;endFill=0;html=1;strokeColor=#d6b656;" edge="1" parent="1"><mxGeometry relative="1" as="geometry"><mxPoint x="440" y="426" as="sourcePoint"/><mxPoint x="455" y="426" as="targetPoint"/></mxGeometry></mxCell>

        <mxCell id="42" value="No IK→FK loop: SetIKDisplay() (called from OnFK) does NOT fire IKChanged." style="rounded=1;fillColor=#f8cecc;strokeColor=#b85450;html=1;fontSize=11;fontStyle=2;" vertex="1" parent="1"><mxGeometry x="20" y="480" width="550" height="26" as="geometry"/></mxCell>
      </root>
    </mxGraphModel>
  </diagram>

  <diagram name="5 – Collision Triangle" id="p5">
    <mxGraphModel grid="0" pageWidth="960" pageHeight="680">
      <root>
        <mxCell id="0"/><mxCell id="1" parent="0"/>
        <mxCell id="2" value="Collision Triangle — Add Workflow" style="text;html=1;strokeColor=none;fillColor=none;align=left;fontSize=16;fontStyle=1;" vertex="1" parent="1"><mxGeometry x="20" y="5" width="400" height="25" as="geometry"/></mxCell>

        <!-- Participants  cx: 90 260 440 620 800 -->
        <mxCell id="10" value="User" style="rounded=1;whiteSpace=wrap;html=1;fillColor=#f5f5f5;strokeColor=#666666;fontSize=12;" vertex="1" parent="1"><mxGeometry x="15" y="35" width="150" height="50" as="geometry"/></mxCell>
-         <mxCell id="11" value="RobotWindow" style="rounded=1;whiteSpace=wrap;html=1;fillColor=#dae8fc;strokeColor=#6c8ebf;fontSize=12;fontStyle=1;" vertex="1" parent="1"><mxGeometry x="185" y="35" width="150" height="50" as="geometry"/></mxCell>
+         <mxCell id="11" value="RobotPanel" style="rounded=1;whiteSpace=wrap;html=1;fillColor=#dae8fc;strokeColor=#6c8ebf;fontSize=12;fontStyle=1;" vertex="1" parent="1"><mxGeometry x="185" y="35" width="150" height="50" as="geometry"/></mxCell>
        <mxCell id="12" value="TriangleDialog" style="rounded=1;whiteSpace=wrap;html=1;fillColor=#dae8fc;strokeColor=#6c8ebf;fontSize=12;fontStyle=1;" vertex="1" parent="1"><mxGeometry x="365" y="35" width="150" height="50" as="geometry"/></mxCell>
        <mxCell id="13" value="RobotScene" style="rounded=1;whiteSpace=wrap;html=1;fillColor=#d5e8d4;strokeColor=#82b366;fontSize=12;fontStyle=1;" vertex="1" parent="1"><mxGeometry x="545" y="35" width="150" height="50" as="geometry"/></mxCell>
        <mxCell id="14" value="RobotViewModel" style="rounded=1;whiteSpace=wrap;html=1;fillColor=#d5e8d4;strokeColor=#82b366;fontSize=12;fontStyle=1;" vertex="1" parent="1"><mxGeometry x="725" y="35" width="150" height="50" as="geometry"/></mxCell>

        <!-- Lifelines -->
        <mxCell id="20" value="" style="endArrow=none;dashed=1;html=1;strokeColor=#aaaaaa;" edge="1" parent="1"><mxGeometry relative="1" as="geometry"><mxPoint x="90" y="90" as="sourcePoint"/><mxPoint x="90" y="660" as="targetPoint"/></mxGeometry></mxCell>
        <mxCell id="21" value="" style="endArrow=none;dashed=1;html=1;strokeColor=#aaaaaa;" edge="1" parent="1"><mxGeometry relative="1" as="geometry"><mxPoint x="260" y="90" as="sourcePoint"/><mxPoint x="260" y="660" as="targetPoint"/></mxGeometry></mxCell>
        <mxCell id="22" value="" style="endArrow=none;dashed=1;html=1;strokeColor=#aaaaaa;" edge="1" parent="1"><mxGeometry relative="1" as="geometry"><mxPoint x="440" y="90" as="sourcePoint"/><mxPoint x="440" y="660" as="targetPoint"/></mxGeometry></mxCell>
        <mxCell id="23" value="" style="endArrow=none;dashed=1;html=1;strokeColor=#aaaaaa;" edge="1" parent="1"><mxGeometry relative="1" as="geometry"><mxPoint x="620" y="90" as="sourcePoint"/><mxPoint x="620" y="660" as="targetPoint"/></mxGeometry></mxCell>
        <mxCell id="24" value="" style="endArrow=none;dashed=1;html=1;strokeColor=#aaaaaa;" edge="1" parent="1"><mxGeometry relative="1" as="geometry"><mxPoint x="800" y="90" as="sourcePoint"/><mxPoint x="800" y="660" as="targetPoint"/></mxGeometry></mxCell>

        <!-- Messages -->
        <mxCell id="30" value="1. click &quot;Add Triangle…&quot;" style="html=1;endArrow=block;endFill=1;strokeColor=#333333;fontSize=11;" edge="1" parent="1"><mxGeometry relative="1" as="geometry"><mxPoint x="90" y="130" as="sourcePoint"/><mxPoint x="260" y="130" as="targetPoint"/></mxGeometry></mxCell>
        <mxCell id="31" value="2. new TriangleDialog();  dlg.ShowDialog()  [modal]" style="html=1;endArrow=block;endFill=1;strokeColor=#333333;fontSize=11;" edge="1" parent="1"><mxGeometry relative="1" as="geometry"><mxPoint x="260" y="175" as="sourcePoint"/><mxPoint x="440" y="175" as="targetPoint"/></mxGeometry></mxCell>
        <mxCell id="32" value="3. fill Name, Group, P1 / P2 / P3  →  OK" style="html=1;endArrow=block;endFill=1;strokeColor=#333333;fontSize=11;" edge="1" parent="1"><mxGeometry relative="1" as="geometry"><mxPoint x="90" y="220" as="sourcePoint"/><mxPoint x="440" y="220" as="targetPoint"/></mxGeometry></mxCell>
        <mxCell id="33" value="4. DialogResult = true" style="html=1;endArrow=open;endFill=0;dashed=1;strokeColor=#555555;fontSize=11;" edge="1" parent="1"><mxGeometry relative="1" as="geometry"><mxPoint x="440" y="258" as="sourcePoint"/><mxPoint x="260" y="258" as="targetPoint"/></mxGeometry></mxCell>
        <mxCell id="34" value="5. mScene.AddTri(name, group, p1, p2, p3)" style="html=1;endArrow=block;endFill=1;strokeColor=#333333;fontSize=11;" edge="1" parent="1"><mxGeometry relative="1" as="geometry"><mxPoint x="260" y="300" as="sourcePoint"/><mxPoint x="620" y="300" as="targetPoint"/></mxGeometry></mxCell>

        <mxCell id="35" value="6. GroupColor(group);   new CollisionTri(name, group, color, p1,p2,p3)" style="rounded=1;fillColor=#fff2cc;strokeColor=#d6b656;html=1;fontSize=11;align=left;spacingLeft=6;" vertex="1" parent="1"><mxGeometry x="635" y="325" width="310" height="26" as="geometry"/></mxCell>
        <mxCell id="36" value="" style="endArrow=open;endFill=0;html=1;strokeColor=#d6b656;" edge="1" parent="1"><mxGeometry relative="1" as="geometry"><mxPoint x="620" y="338" as="sourcePoint"/><mxPoint x="635" y="338" as="targetPoint"/></mxGeometry></mxCell>
        <mxCell id="37" value="   → Mesh3 build  +  OBBTree.From(mesh)  +  new Mesh3VN(mesh)" style="rounded=1;fillColor=#fff2cc;strokeColor=#d6b656;html=1;fontSize=11;align=left;spacingLeft=6;" vertex="1" parent="1"><mxGeometry x="635" y="355" width="310" height="26" as="geometry"/></mxCell>
        <mxCell id="38" value="7. mTris.Add(tri);   mTriGroup.Add(tri.VN)  [triangle visible in 3-D]" style="rounded=1;fillColor=#fff2cc;strokeColor=#d6b656;html=1;fontSize=11;align=left;spacingLeft=6;" vertex="1" parent="1"><mxGeometry x="635" y="388" width="310" height="26" as="geometry"/></mxCell>
        <mxCell id="39" value="8. CheckCollisions();   RefreshTriList()" style="rounded=1;fillColor=#fff2cc;strokeColor=#d6b656;html=1;fontSize=11;align=left;spacingLeft=6;" vertex="1" parent="1"><mxGeometry x="635" y="420" width="310" height="26" as="geometry"/></mxCell>

        <mxCell id="40" value="9. ViewModel.Triangles.Add(new CollisionTriVM(...))" style="html=1;endArrow=block;endFill=1;strokeColor=#333333;fontSize=11;" edge="1" parent="1"><mxGeometry relative="1" as="geometry"><mxPoint x="620" y="468" as="sourcePoint"/><mxPoint x="800" y="468" as="targetPoint"/></mxGeometry></mxCell>
        <mxCell id="41" value="ObservableCollection fires CollectionChanged  →  sidebar ItemsControl auto-updates" style="html=1;endArrow=open;endFill=0;dashed=1;strokeColor=#555555;fontSize=11;" edge="1" parent="1"><mxGeometry relative="1" as="geometry"><mxPoint x="800" y="493" as="sourcePoint"/><mxPoint x="260" y="493" as="targetPoint"/></mxGeometry></mxCell>

        <mxCell id="42" value="Group color: first triangle in a group picks from sGroupPalette [Cyan / Green / Yellow]. If any triangle in a group is hit, ALL triangles in that group turn red." style="rounded=1;fillColor=#dae8fc;strokeColor=#6c8ebf;html=1;fontSize=11;fontStyle=2;align=left;spacingLeft=8;" vertex="1" parent="1"><mxGeometry x="20" y="545" width="620" height="40" as="geometry"/></mxCell>
      </root>
    </mxGraphModel>
  </diagram>

</mxfile>
